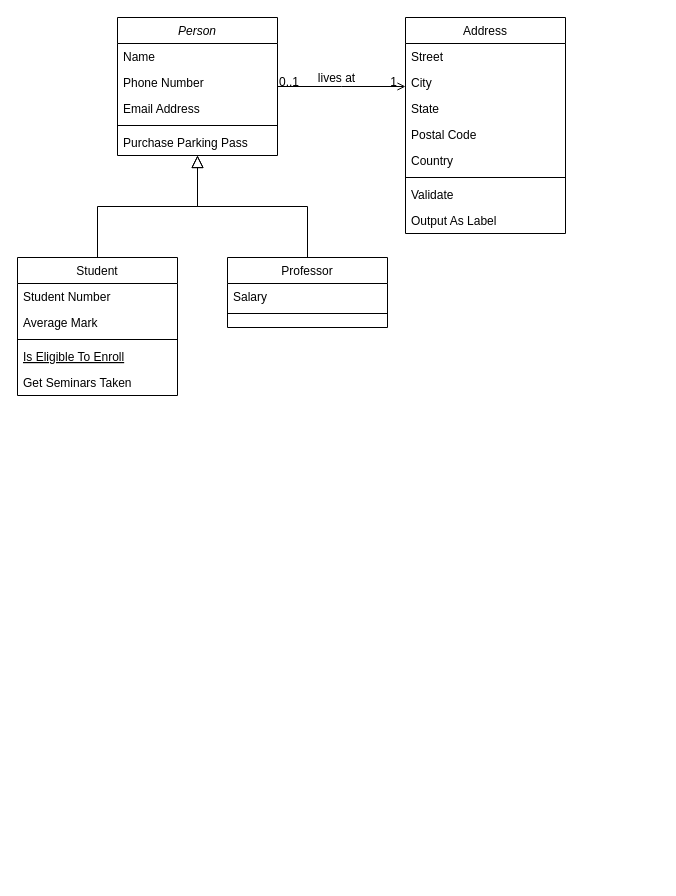
This is Untitled Diagram.drawio from summerxwu/draw.io, a draw.io file, before an edit. Source tidied: cells renumbered, new cells numbered last; positions are measured from the earlier drawing's top-left corner, leaving out a move shared by most shapes. Both pictures are drawn from the tidied source at 100%, with x=0, y=0 at pixel (17, 17).
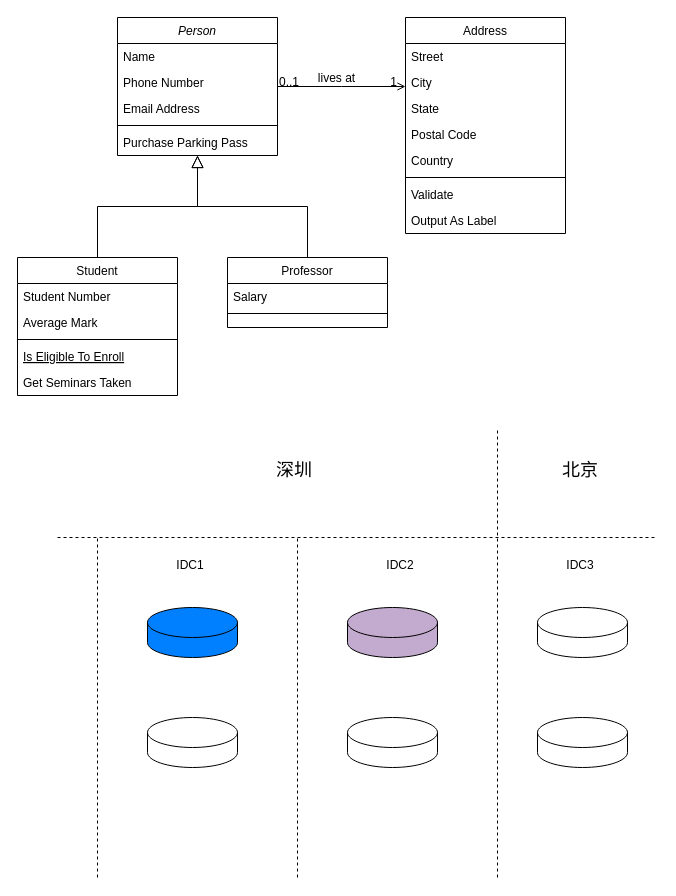
After the change.

What changed in the source:
```diff
@@
+    <mxCell id="32" style="endArrow=none;dashed=1;html=1;rounded=0;" parent="1" edge="1">
+      <mxGeometry relative="1" as="geometry">
+        <mxPoint x="40" y="520" as="sourcePoint" />
+        <mxPoint x="640" y="520" as="targetPoint" />
+      </mxGeometry>
+    </mxCell>
+    <mxCell id="33" style="endArrow=none;dashed=1;html=1;rounded=0;" parent="1" edge="1">
+      <mxGeometry relative="1" as="geometry">
+        <mxPoint x="480" y="860" as="sourcePoint" />
+        <mxPoint x="480" y="410" as="targetPoint" />
+      </mxGeometry>
+    </mxCell>
+    <mxCell id="34" value="&lt;font style=&quot;font-size: 18px;&quot;&gt;深圳&lt;/font&gt;" style="text;strokeColor=none;align=center;fillColor=none;html=1;verticalAlign=middle;whiteSpace=wrap;rounded=0;" parent="1" vertex="1">
+      <mxGeometry x="234" y="435" width="86" height="35" as="geometry" />
+    </mxCell>
+    <mxCell id="35" value="&lt;font size=&quot;4&quot;&gt;北京&lt;/font&gt;" style="text;strokeColor=none;align=center;fillColor=none;html=1;verticalAlign=middle;whiteSpace=wrap;rounded=0;" parent="1" vertex="1">
+      <mxGeometry x="520" y="435" width="86" height="35" as="geometry" />
+    </mxCell>
+    <mxCell id="36" style="endArrow=none;dashed=1;html=1;rounded=0;fontSize=18;" parent="1" edge="1">
+      <mxGeometry relative="1" as="geometry">
+        <mxPoint x="280" y="860" as="sourcePoint" />
+        <mxPoint x="280" y="520" as="targetPoint" />
+      </mxGeometry>
+    </mxCell>
+    <mxCell id="37" style="endArrow=none;dashed=1;html=1;rounded=0;fontSize=18;" parent="1" edge="1">
+      <mxGeometry relative="1" as="geometry">
+        <mxPoint x="80" y="860" as="sourcePoint" />
+        <mxPoint x="80" y="520" as="targetPoint" />
+      </mxGeometry>
+    </mxCell>
+    <mxCell id="38" value="&lt;font style=&quot;font-size: 12px;&quot;&gt;IDC1&lt;/font&gt;" style="text;strokeColor=none;align=center;fillColor=none;html=1;verticalAlign=middle;whiteSpace=wrap;rounded=0;" parent="1" vertex="1">
+      <mxGeometry x="130" y="530" width="86" height="35" as="geometry" />
+    </mxCell>
+    <mxCell id="39" value="&lt;font style=&quot;font-size: 12px;&quot;&gt;IDC2&lt;/font&gt;" style="text;strokeColor=none;align=center;fillColor=none;html=1;verticalAlign=middle;whiteSpace=wrap;rounded=0;" parent="1" vertex="1">
+      <mxGeometry x="340" y="530" width="86" height="35" as="geometry" />
+    </mxCell>
+    <mxCell id="40" value="&lt;font style=&quot;font-size: 12px;&quot;&gt;IDC3&lt;/font&gt;" style="text;strokeColor=none;align=center;fillColor=none;html=1;verticalAlign=middle;whiteSpace=wrap;rounded=0;" parent="1" vertex="1">
+      <mxGeometry x="520" y="530" width="86" height="35" as="geometry" />
+    </mxCell>
+    <mxCell id="41" style="shape=cylinder3;whiteSpace=wrap;html=1;boundedLbl=1;backgroundOutline=1;size=15;fontSize=12;fillColor=#007FFF;" parent="1" vertex="1">
+      <mxGeometry x="130" y="590" width="90" height="50" as="geometry" />
+    </mxCell>
+    <mxCell id="42" style="shape=cylinder3;whiteSpace=wrap;html=1;boundedLbl=1;backgroundOutline=1;size=15;fontSize=12;fillColor=#C3ABD0;" parent="1" vertex="1">
+      <mxGeometry x="330" y="590" width="90" height="50" as="geometry" />
+    </mxCell>
+    <mxCell id="43" style="shape=cylinder3;whiteSpace=wrap;html=1;boundedLbl=1;backgroundOutline=1;size=15;fontSize=12;" parent="1" vertex="1">
+      <mxGeometry x="330" y="700" width="90" height="50" as="geometry" />
+    </mxCell>
+    <mxCell id="44" style="shape=cylinder3;whiteSpace=wrap;html=1;boundedLbl=1;backgroundOutline=1;size=15;fontSize=12;" parent="1" vertex="1">
+      <mxGeometry x="130" y="700" width="90" height="50" as="geometry" />
+    </mxCell>
+    <mxCell id="45" style="shape=cylinder3;whiteSpace=wrap;html=1;boundedLbl=1;backgroundOutline=1;size=15;fontSize=12;" parent="1" vertex="1">
+      <mxGeometry x="520" y="590" width="90" height="50" as="geometry" />
+    </mxCell>
+    <mxCell id="46" style="shape=cylinder3;whiteSpace=wrap;html=1;boundedLbl=1;backgroundOutline=1;size=15;fontSize=12;" parent="1" vertex="1">
+      <mxGeometry x="520" y="700" width="90" height="50" as="geometry" />
+    </mxCell>
```
